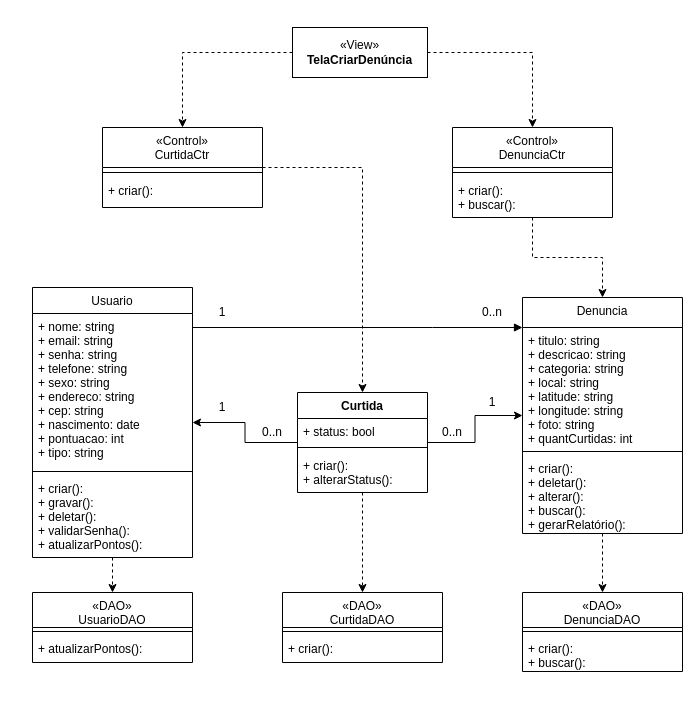
The draw.io diagram Documentação/Diagramas/Diagramas de Casos de Uso/Diagrama de Caso de Uso Criar Denuncia.drawio in frsouzaa/Documentacao-TCC-NossaVia, before the edit. Source tidied: cells renumbered, new cells numbered last; positions are measured from the earlier drawing's top-left corner, leaving out a move shared by most shapes. Both pictures are drawn from the tidied source at 100%, with x=0, y=0 at pixel (32, 27).
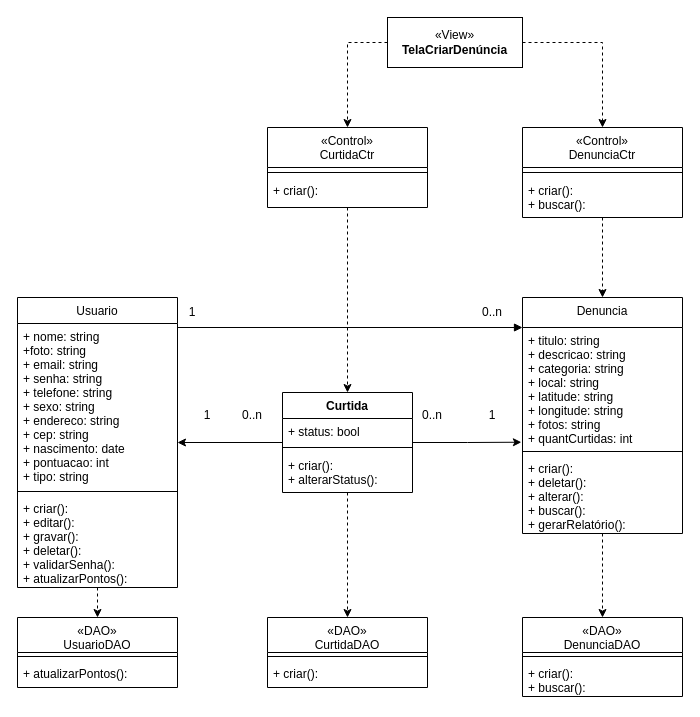
The same diagram, later.

Commit message:
Atualização classes e posições Diagrama de Caso de Uso Criar Denuncia.drawio

The change refers to these unchanged cells:
```xml
<mxCell id="2" value="Denuncia" style="swimlane;fontStyle=0;align=center;verticalAlign=top;horizontal=1;startSize=30;rounded=0;shadow=0;strokeWidth=1;" parent="1" vertex="1">
  <mxGeometry x="490" y="270" width="160" height="236" as="geometry" />
</mxCell>
```

The edit, as a diff of the source:
```diff
@@
-    <mxCell id="3" value="+ titulo: string&#10;+ descricao: string&#10;+ categoria: string&#10;+ local: string&#10;+ latitude: string&#10;+ longitude: string&#10;+ foto: string&#10;+ quantCurtidas: int" style="text;align=left;verticalAlign=top;spacingLeft=4;spacingRight=4;overflow=hidden;points=[[0,0.5],[1,0.5]];portConstraint=eastwest;" parent="2" vertex="1">
+    <mxCell id="3" value="+ titulo: string&#10;+ descricao: string&#10;+ categoria: string&#10;+ local: string&#10;+ latitude: string&#10;+ longitude: string&#10;+ fotos: string&#10;+ quantCurtidas: int" style="text;align=left;verticalAlign=top;spacingLeft=4;spacingRight=4;overflow=hidden;points=[[0,0.5],[1,0.5]];portConstraint=eastwest;" parent="2" vertex="1">
       <mxGeometry y="30" width="160" height="120" as="geometry" />
     </mxCell>
@@
     <mxCell id="7" value="Usuario" style="swimlane;fontStyle=0;align=center;verticalAlign=top;horizontal=1;startSize=26;rounded=0;shadow=0;strokeWidth=1;" parent="1" vertex="1">
-      <mxGeometry y="260" width="160" height="270" as="geometry" />
+      <mxGeometry x="-15" y="270" width="160" height="290" as="geometry" />
     </mxCell>
-    <mxCell id="8" value="+ nome: string&#10;+ email: string&#10;+ senha: string&#10;+ telefone: string&#10;+ sexo: string&#10;+ endereco: string&#10;+ cep: string&#10;+ nascimento: date&#10;+ pontuacao: int&#10;+ tipo: string " style="text;align=left;verticalAlign=top;spacingLeft=4;spacingRight=4;overflow=hidden;" parent="7" vertex="1">
-      <mxGeometry y="26" width="160" height="154" as="geometry" />
+    <mxCell id="8" value="+ nome: string&#10;+foto: string&#10;+ email: string&#10;+ senha: string&#10;+ telefone: string&#10;+ sexo: string&#10;+ endereco: string&#10;+ cep: string&#10;+ nascimento: date&#10;+ pontuacao: int&#10;+ tipo: string " style="text;align=left;verticalAlign=top;spacingLeft=4;spacingRight=4;overflow=hidden;" parent="7" vertex="1">
+      <mxGeometry y="26" width="160" height="164" as="geometry" />
     </mxCell>
     <mxCell id="9" style="line;html=1;strokeWidth=1;align=left;verticalAlign=middle;spacingTop=-1;spacingLeft=3;spacingRight=3;labelPosition=right;" parent="7" vertex="1">
-      <mxGeometry y="180" width="160" height="8" as="geometry" />
+      <mxGeometry y="190" width="160" height="8" as="geometry" />
     </mxCell>
-    <mxCell id="10" value="+ criar(): &#10;+ gravar():&#10;+ deletar(): &#10;+ validarSenha():&#10;+ atualizarPontos():" style="text;align=left;verticalAlign=top;spacingLeft=4;spacingRight=4;overflow=hidden;" parent="7" vertex="1">
-      <mxGeometry y="188" width="160" height="82" as="geometry" />
+    <mxCell id="10" value="+ criar():&#10;+ editar(): &#10;+ gravar():&#10;+ deletar(): &#10;+ validarSenha():&#10;+ atualizarPontos():" style="text;align=left;verticalAlign=top;spacingLeft=4;spacingRight=4;overflow=hidden;" parent="7" vertex="1">
+      <mxGeometry y="198" width="160" height="92" as="geometry" />
     </mxCell>
     <mxCell id="11" value="«DAO»&#10;UsuarioDAO&#10;" style="swimlane;fontStyle=0;align=center;verticalAlign=top;horizontal=1;startSize=35;rounded=0;shadow=0;strokeWidth=1;" parent="1" vertex="1">
-      <mxGeometry y="565" width="160" height="70" as="geometry" />
+      <mxGeometry x="-15" y="590" width="160" height="70" as="geometry" />
     </mxCell>
@@
-    <mxCell id="15" style="edgeStyle=orthogonalEdgeStyle;rounded=0;jettySize=auto;html=1;entryX=0.5;entryY=0;entryDx=0;entryDy=0;dashed=1;" parent="1" edge="1" source="17" target="19">
+    <mxCell id="15" style="edgeStyle=orthogonalEdgeStyle;rounded=0;jettySize=auto;html=1;entryX=0.5;entryY=0;entryDx=0;entryDy=0;dashed=1;exitX=1;exitY=0.5;exitDx=0;exitDy=0;" parent="1" edge="1" source="17" target="19">
       <mxGeometry relative="1" as="geometry" />
     </mxCell>
@@
     <mxCell id="17" value="«View»&lt;br&gt;&lt;b&gt;TelaCriarDenúncia&lt;br&gt;&lt;/b&gt;" style="html=1;whiteSpace=wrap;" parent="1" vertex="1">
-      <mxGeometry x="260" width="135" height="50" as="geometry" />
+      <mxGeometry x="355" y="-10" width="135" height="50" as="geometry" />
     </mxCell>
@@
     <mxCell id="19" value="«Control»&#10;DenunciaCtr" style="swimlane;fontStyle=0;align=center;verticalAlign=top;horizontal=1;startSize=40;rounded=0;shadow=0;strokeWidth=1;" parent="1" vertex="1">
-      <mxGeometry x="420" y="100" width="160" height="90" as="geometry" />
+      <mxGeometry x="490" y="100" width="160" height="90" as="geometry" />
     </mxCell>
@@
     <mxCell id="22" value="1" style="text;html=1;align=center;verticalAlign=middle;whiteSpace=wrap;rounded=0;" parent="1" vertex="1">
-      <mxGeometry x="160" y="270" width="60" height="30" as="geometry" />
+      <mxGeometry x="130" y="270" width="60" height="30" as="geometry" />
     </mxCell>
@@
     <mxCell id="24" style="endArrow=block;endFill=1;html=1;edgeStyle=orthogonalEdgeStyle;align=left;verticalAlign=top;rounded=0;" parent="1" edge="1" target="2">
       <mxGeometry x="-1" relative="1" as="geometry">
-        <mxPoint x="160" y="300" as="sourcePoint" />
+        <mxPoint x="145" y="311" as="sourcePoint" />
         <Array as="points">
-          <mxPoint x="400" y="300" />
-          <mxPoint x="400" y="300" />
+          <mxPoint x="145" y="300" />
         </Array>
       </mxGeometry>
     </mxCell>
     <mxCell id="25" value="«DAO»&#10;DenunciaDAO&#10;" style="swimlane;fontStyle=0;align=center;verticalAlign=top;horizontal=1;startSize=35;rounded=0;shadow=0;strokeWidth=1;" parent="1" vertex="1">
-      <mxGeometry x="490" y="565" width="160" height="79" as="geometry" />
+      <mxGeometry x="490" y="590" width="160" height="79" as="geometry" />
     </mxCell>
@@
     <mxCell id="29" value="«Control»&#10;CurtidaCtr" style="swimlane;fontStyle=0;align=center;verticalAlign=top;horizontal=1;startSize=40;rounded=0;shadow=0;strokeWidth=1;" parent="1" vertex="1">
-      <mxGeometry x="70" y="100" width="160" height="80" as="geometry" />
+      <mxGeometry x="235" y="100" width="160" height="80" as="geometry" />
     </mxCell>
@@
-    <mxCell id="33" style="edgeStyle=orthogonalEdgeStyle;rounded=0;jettySize=auto;html=1;" parent="1" edge="1" source="35" target="2">
+    <mxCell id="33" style="edgeStyle=orthogonalEdgeStyle;rounded=0;jettySize=auto;html=1;entryX=-0.007;entryY=0.956;entryDx=0;entryDy=0;entryPerimeter=0;" parent="1" edge="1" source="35" target="3">
       <mxGeometry relative="1" as="geometry" />
     </mxCell>
@@
     <mxCell id="35" value="Curtida" style="swimlane;fontStyle=1;align=center;verticalAlign=top;horizontal=1;startSize=26;whiteSpace=wrap;html=1;" parent="1" vertex="1">
-      <mxGeometry x="265" y="365" width="130" height="100" as="geometry" />
+      <mxGeometry x="250" y="365" width="130" height="100" as="geometry" />
     </mxCell>
@@
     <mxCell id="39" value="«DAO»&#10;CurtidaDAO&#10;" style="swimlane;fontStyle=0;align=center;verticalAlign=top;horizontal=1;startSize=35;rounded=0;shadow=0;strokeWidth=1;" parent="1" vertex="1">
-      <mxGeometry x="250" y="565" width="160" height="70" as="geometry" />
+      <mxGeometry x="235" y="590" width="160" height="70" as="geometry" />
     </mxCell>
@@
     <mxCell id="42" value="0..n" style="text;html=1;align=center;verticalAlign=middle;whiteSpace=wrap;rounded=0;" parent="1" vertex="1">
-      <mxGeometry x="210" y="390" width="60" height="30" as="geometry" />
+      <mxGeometry x="190" y="373" width="60" height="30" as="geometry" />
     </mxCell>
     <mxCell id="43" value="1" style="text;html=1;align=center;verticalAlign=middle;whiteSpace=wrap;rounded=0;" parent="1" vertex="1">
-      <mxGeometry x="160" y="365" width="60" height="30" as="geometry" />
+      <mxGeometry x="145" y="373" width="60" height="30" as="geometry" />
     </mxCell>
     <mxCell id="44" value="0..n" style="text;html=1;align=center;verticalAlign=middle;whiteSpace=wrap;rounded=0;" parent="1" vertex="1">
-      <mxGeometry x="390" y="390" width="60" height="30" as="geometry" />
+      <mxGeometry x="370" y="373" width="60" height="30" as="geometry" />
     </mxCell>
     <mxCell id="45" value="1" style="text;html=1;align=center;verticalAlign=middle;whiteSpace=wrap;rounded=0;" parent="1" vertex="1">
-      <mxGeometry x="430" y="360" width="60" height="30" as="geometry" />
+      <mxGeometry x="430" y="373" width="60" height="30" as="geometry" />
     </mxCell>
```
